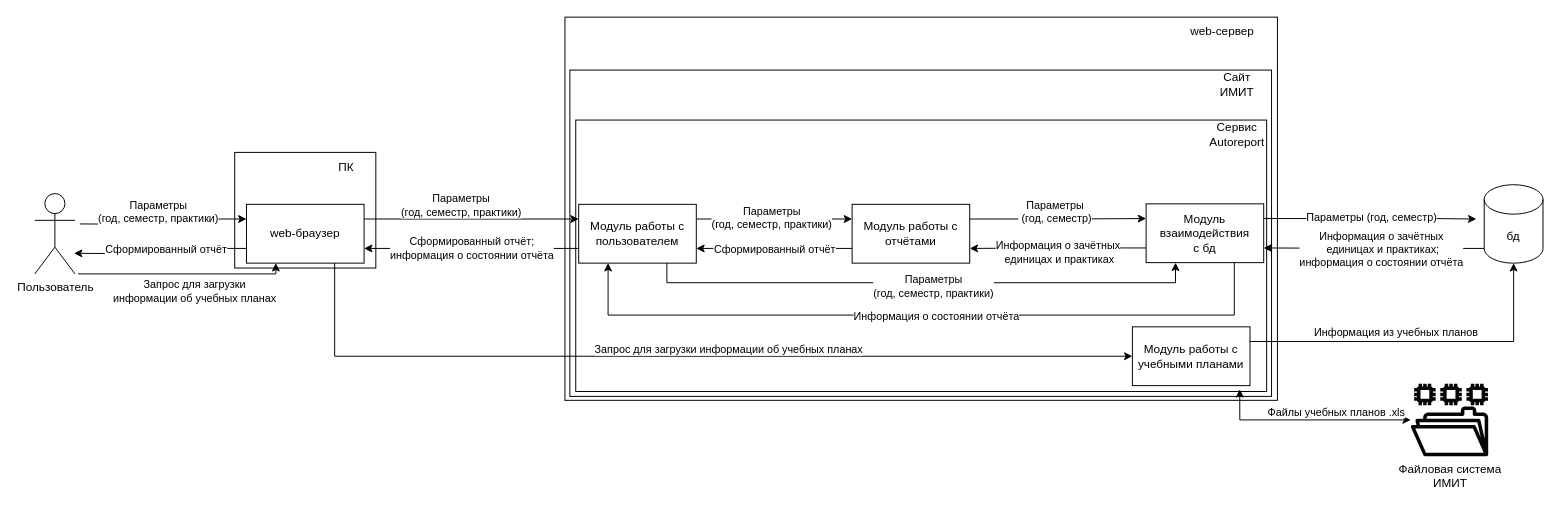
Before: sources/Высокоуровневая архитектура v3.drawio in Autoreport-Dev-Team/autoreport, a draw.io diagram. Source tidied: cells renumbered, new cells numbered last; positions are measured from the earlier drawing's top-left corner, leaving out a move shared by most shapes. Both pictures are drawn from the tidied source at 98%, with x=0, y=0 at pixel (34, 17).
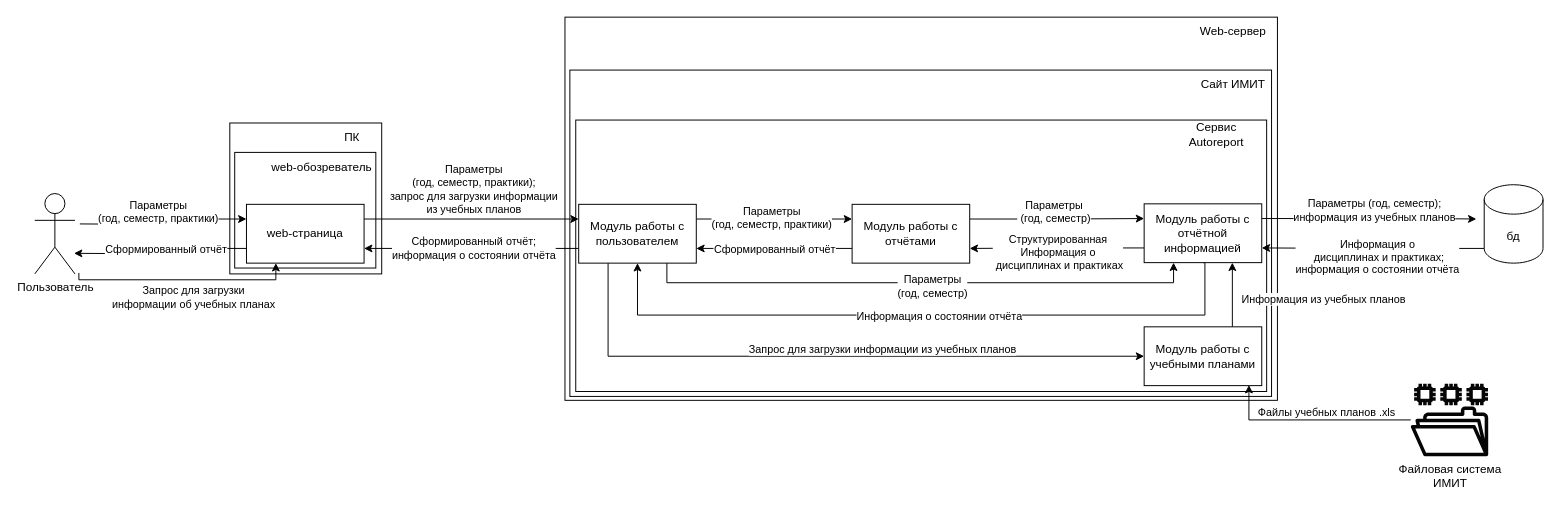
After the change.

The change refers to these unchanged cells:
```xml
<mxCell id="7" style="edgeStyle=orthogonalEdgeStyle;rounded=0;jettySize=auto;html=1;entryX=0;entryY=0.25;entryDx=0;entryDy=0;exitX=1;exitY=0.25;exitDx=0;exitDy=0;" parent="1" edge="1" source="11" target="24">
  <mxGeometry relative="1" as="geometry" />
</mxCell>
<mxCell id="12" value="бд" style="shape=cylinder3;whiteSpace=wrap;html=1;boundedLbl=1;backgroundOutline=1;size=15;" parent="1" vertex="1">
  <mxGeometry x="1479" y="171" width="60" height="80" as="geometry" />
</mxCell>
<mxCell id="18" style="edgeStyle=orthogonalEdgeStyle;rounded=0;jettySize=auto;html=1;exitX=0;exitY=0.75;exitDx=0;exitDy=0;entryX=1;entryY=0.75;entryDx=0;entryDy=0;" parent="1" edge="1" source="24" target="11">
  <mxGeometry relative="1" as="geometry" />
</mxCell>
<mxCell id="22" style="edgeStyle=orthogonalEdgeStyle;rounded=0;jettySize=auto;html=1;exitX=0.75;exitY=1;exitDx=0;exitDy=0;entryX=0.25;entryY=1;entryDx=0;entryDy=0;" parent="1" edge="1" source="24" target="33">
  <mxGeometry relative="1" as="geometry" />
</mxCell>
<mxCell id="24" value="Модуль работы с пользователем" style="rounded=0;whiteSpace=wrap;html=1;" parent="1" vertex="1">
  <mxGeometry x="555" y="191" width="120" height="60" as="geometry" />
</mxCell>
<mxCell id="25" style="edgeStyle=orthogonalEdgeStyle;rounded=0;jettySize=auto;html=1;exitX=0;exitY=1;exitDx=0;exitDy=-15;entryX=1;entryY=0.75;entryDx=0;entryDy=0;exitPerimeter=0;" parent="1" edge="1" source="12" target="33">
  <mxGeometry relative="1" as="geometry" />
</mxCell>
<mxCell id="27" style="edgeStyle=orthogonalEdgeStyle;rounded=0;jettySize=auto;html=1;exitX=1;exitY=0.25;exitDx=0;exitDy=0;" parent="1" edge="1" source="33">
  <mxGeometry relative="1" as="geometry">
    <mxPoint x="1471" y="206" as="targetPoint" />
    <Array as="points">
      <mxPoint x="1425" y="206" />
    </Array>
  </mxGeometry>
</mxCell>
<mxCell id="29" style="edgeStyle=orthogonalEdgeStyle;rounded=0;jettySize=auto;html=1;exitX=0;exitY=0.75;exitDx=0;exitDy=0;entryX=1;entryY=0.75;entryDx=0;entryDy=0;" parent="1" edge="1" source="33" target="49">
  <mxGeometry relative="1" as="geometry" />
</mxCell>
<mxCell id="39" value="Файловая система&lt;br&gt;ИМИТ" style="sketch=0;outlineConnect=0;fontColor=default;gradientColor=none;fillColor=#050505;strokeColor=none;dashed=0;verticalLabelPosition=bottom;verticalAlign=top;align=center;html=1;fontSize=12;fontStyle=0;shape=mxgraph.aws4.file_system;strokeWidth=1;" parent="1" vertex="1">
  <mxGeometry x="1404" y="374" width="79.1" height="74" as="geometry" />
</mxCell>
```

Change to the diagram source:
```diff
@@
+    <mxCell id="50" style="rounded=0;whiteSpace=wrap;html=1;" parent="1" vertex="1">
+      <mxGeometry x="199" y="108" width="155" height="154" as="geometry" />
+    </mxCell>
@@
     <mxCell id="6" value="Сайт ИМИТ" style="text;html=1;strokeColor=none;fillColor=none;align=center;verticalAlign=middle;whiteSpace=wrap;rounded=0;" parent="1" vertex="1">
-      <mxGeometry x="1197" y="54" width="60" height="30" as="geometry" />
+      <mxGeometry x="1184" y="54" width="78" height="30" as="geometry" />
     </mxCell>
@@
-    <mxCell id="8" value="&lt;div&gt;Параметры &lt;br&gt;&lt;/div&gt;&lt;div&gt;(год, семестр, практики)&lt;/div&gt;" style="edgeLabel;html=1;align=center;verticalAlign=middle;" parent="7" vertex="1">
+    <mxCell id="8" value="&lt;div&gt;Параметры &lt;br&gt;&lt;/div&gt;&lt;div&gt;(год, семестр, практики);&lt;/div&gt;&lt;div&gt;запрос для загрузки информации&lt;/div&gt;&lt;div&gt;из учебных планов&lt;br&gt;&lt;/div&gt;" style="edgeLabel;html=1;align=center;verticalAlign=middle;" parent="7" vertex="1">
       <mxGeometry x="0.2" y="4" relative="1" as="geometry">
-        <mxPoint x="-33" y="-11" as="offset" />
+        <mxPoint x="-20" y="-27" as="offset" />
       </mxGeometry>
     </mxCell>
-    <mxCell id="9" style="edgeStyle=orthogonalEdgeStyle;rounded=0;jettySize=auto;html=1;exitX=0.75;exitY=1;exitDx=0;exitDy=0;entryX=0;entryY=0.5;entryDx=0;entryDy=0;" parent="1" edge="1" source="11" target="36">
+    <mxCell id="9" style="edgeStyle=orthogonalEdgeStyle;rounded=0;jettySize=auto;html=1;exitX=0.25;exitY=1;exitDx=0;exitDy=0;entryX=0;entryY=0.5;entryDx=0;entryDy=0;" parent="1" edge="1" source="24" target="36">
       <mxGeometry relative="1" as="geometry" />
     </mxCell>
-    <mxCell id="10" value="Запрос для загрузки информации об учебных планах" style="edgeLabel;html=1;align=center;verticalAlign=middle;" parent="9" vertex="1">
+    <mxCell id="10" value="Запрос для загрузки информации из учебных планов" style="edgeLabel;html=1;align=center;verticalAlign=middle;" parent="9" vertex="1">
       <mxGeometry x="-0.09" y="3" relative="1" as="geometry">
         <mxPoint x="82" y="-5" as="offset" />
       </mxGeometry>
     </mxCell>
-    <mxCell id="11" value="web-браузер" style="rounded=0;whiteSpace=wrap;html=1;" parent="1" vertex="1">
+    <mxCell id="11" value="web-страница" style="rounded=0;whiteSpace=wrap;html=1;" parent="1" vertex="1">
       <mxGeometry x="216" y="191" width="120" height="60" as="geometry" />
     </mxCell>
@@
     <mxCell id="19" value="Сформированный отчёт;&lt;br&gt;информация о состоянии отчёта" style="edgeLabel;html=1;align=center;verticalAlign=middle;" parent="18" vertex="1">
       <mxGeometry x="-0.18" relative="1" as="geometry">
-        <mxPoint x="-20" y="-1" as="offset" />
+        <mxPoint x="-18" y="-1" as="offset" />
       </mxGeometry>
     </mxCell>
@@
-    <mxCell id="23" value="Параметры&lt;br&gt;(год, семестр, практики)" style="edgeLabel;html=1;align=center;verticalAlign=middle;" parent="22" vertex="1">
+    <mxCell id="23" value="Параметры&lt;br&gt;(год, семестр)" style="edgeLabel;html=1;align=center;verticalAlign=middle;" parent="22" vertex="1">
       <mxGeometry x="-0.08" y="2" relative="1" as="geometry">
         <mxPoint x="34" y="5" as="offset" />
       </mxGeometry>
     </mxCell>
@@
-    <mxCell id="26" value="&lt;div&gt;Информация о зачётных&lt;/div&gt;&lt;div&gt;&amp;nbsp;единицах и практиках;&lt;br&gt;информация о состоянии отчёта&lt;br&gt;&lt;/div&gt;" style="edgeLabel;html=1;align=center;verticalAlign=middle;" parent="25" vertex="1">
+    <mxCell id="26" value="&lt;div&gt;Информация о&lt;br&gt;&lt;/div&gt;&lt;div&gt;&amp;nbsp;дисциплинах и практиках;&lt;br&gt;информация о состоянии отчёта&lt;br&gt;&lt;/div&gt;" style="edgeLabel;html=1;align=center;verticalAlign=middle;" parent="25" vertex="1">
       <mxGeometry x="-0.27" relative="1" as="geometry">
-        <mxPoint x="-24" as="offset" />
+        <mxPoint x="-27" y="8" as="offset" />
       </mxGeometry>
     </mxCell>
@@
-    <mxCell id="28" value="Параметры (год, семестр)" style="edgeLabel;html=1;align=center;verticalAlign=middle;" parent="27" vertex="1">
+    <mxCell id="28" value="&lt;div&gt;Параметры (год, семестр);&lt;/div&gt;&lt;div&gt;информация из учебных планов&lt;br&gt;&lt;/div&gt;" style="edgeLabel;html=1;align=center;verticalAlign=middle;" parent="27" vertex="1">
       <mxGeometry x="0.11" y="1" relative="1" as="geometry">
-        <mxPoint x="-11" as="offset" />
+        <mxPoint x="-8" y="-8" as="offset" />
       </mxGeometry>
     </mxCell>
@@
-    <mxCell id="30" value="&lt;div&gt;Информация о зачётных&lt;/div&gt;&lt;div&gt;&amp;nbsp;единицах и практиках&lt;/div&gt;" style="edgeLabel;html=1;align=center;verticalAlign=middle;" parent="29" vertex="1">
+    <mxCell id="30" value="&lt;div&gt;Структурированная&lt;/div&gt;&lt;div&gt;Информация о&lt;/div&gt;&lt;div&gt;&amp;nbsp;дисциплинах и практиках&lt;/div&gt;" style="edgeLabel;html=1;align=center;verticalAlign=middle;" parent="29" vertex="1">
       <mxGeometry x="0.28" y="2" relative="1" as="geometry">
         <mxPoint x="25" y="1" as="offset" />
       </mxGeometry>
     </mxCell>
-    <mxCell id="31" style="edgeStyle=orthogonalEdgeStyle;rounded=0;jettySize=auto;html=1;exitX=0.75;exitY=1;exitDx=0;exitDy=0;entryX=0.25;entryY=1;entryDx=0;entryDy=0;" parent="1" edge="1" source="33" target="24">
+    <mxCell id="31" style="edgeStyle=orthogonalEdgeStyle;rounded=0;jettySize=auto;html=1;exitX=0.5;exitY=1;exitDx=0;exitDy=0;entryX=0.5;entryY=1;entryDx=0;entryDy=0;" parent="1" edge="1" source="33" target="24">
       <mxGeometry relative="1" as="geometry">
         <Array as="points">
-          <mxPoint x="1224" y="304" />
-          <mxPoint x="585" y="304" />
+          <mxPoint x="1194" y="304" />
+          <mxPoint x="615" y="304" />
         </Array>
       </mxGeometry>
     </mxCell>
@@
-    <mxCell id="33" value="&lt;div&gt;Модуль взаимодействия&lt;/div&gt;&lt;div&gt;с бд&lt;/div&gt;" style="rounded=0;whiteSpace=wrap;html=1;" parent="1" vertex="1">
-      <mxGeometry x="1134" y="190.5" width="120" height="60" as="geometry" />
+    <mxCell id="33" value="Модуль работы с отчётной информацией" style="rounded=0;whiteSpace=wrap;html=1;" parent="1" vertex="1">
+      <mxGeometry x="1132" y="190.5" width="120" height="60" as="geometry" />
     </mxCell>
-    <mxCell id="34" style="edgeStyle=orthogonalEdgeStyle;rounded=0;jettySize=auto;html=1;exitX=1;exitY=0.25;exitDx=0;exitDy=0;entryX=0.5;entryY=1;entryDx=0;entryDy=0;entryPerimeter=0;" parent="1" edge="1" source="36" target="12">
+    <mxCell id="34" style="edgeStyle=orthogonalEdgeStyle;rounded=0;jettySize=auto;html=1;exitX=0.75;exitY=0;exitDx=0;exitDy=0;entryX=0.75;entryY=1;entryDx=0;entryDy=0;" parent="1" edge="1" source="36" target="33">
       <mxGeometry relative="1" as="geometry" />
     </mxCell>
     <mxCell id="35" value="Информация из учебных планов" style="edgeLabel;html=1;align=center;verticalAlign=middle;" parent="34" vertex="1">
       <mxGeometry x="0.13" y="1" relative="1" as="geometry">
-        <mxPoint x="-49" y="-9" as="offset" />
+        <mxPoint x="93" y="8" as="offset" />
       </mxGeometry>
     </mxCell>
     <mxCell id="36" value="Модуль работы с учебными планами" style="rounded=0;whiteSpace=wrap;html=1;" parent="1" vertex="1">
-      <mxGeometry x="1120" y="316" width="120" height="60" as="geometry" />
+      <mxGeometry x="1132" y="316" width="120" height="60" as="geometry" />
     </mxCell>
-    <mxCell id="37" style="edgeStyle=orthogonalEdgeStyle;rounded=0;jettySize=auto;html=1;entryX=0.913;entryY=1.061;entryDx=0;entryDy=0;startArrow=classic;startFill=1;entryPerimeter=0;" parent="1" edge="1" source="39" target="36">
+    <mxCell id="37" style="edgeStyle=orthogonalEdgeStyle;rounded=0;jettySize=auto;html=1;startArrow=none;startFill=0;entryX=0.891;entryY=0.99;entryDx=0;entryDy=0;entryPerimeter=0;" parent="1" edge="1" source="39" target="36">
       <mxGeometry relative="1" as="geometry">
         <Array as="points">
-          <mxPoint x="1230" y="411" />
+          <mxPoint x="1239" y="411" />
         </Array>
       </mxGeometry>
     </mxCell>
     <mxCell id="38" value="Файлы учебных планов .xls" style="edgeLabel;html=1;align=center;verticalAlign=middle;" parent="37" vertex="1">
       <mxGeometry x="0.09" y="4" relative="1" as="geometry">
-        <mxPoint x="35" y="-13" as="offset" />
+        <mxPoint x="22" y="-13" as="offset" />
       </mxGeometry>
     </mxCell>
@@
     <mxCell id="42" style="edgeStyle=orthogonalEdgeStyle;rounded=0;jettySize=auto;html=1;entryX=0.25;entryY=1;entryDx=0;entryDy=0;" parent="1" edge="1" target="11">
       <mxGeometry relative="1" as="geometry">
         <mxPoint x="45" y="261" as="sourcePoint" />
         <Array as="points">
-          <mxPoint x="246" y="262" />
+          <mxPoint x="45" y="268" />
+          <mxPoint x="246" y="268" />
         </Array>
       </mxGeometry>
     </mxCell>
@@
-    <mxCell id="44" value="ПК" style="text;html=1;strokeColor=none;fillColor=none;align=center;verticalAlign=middle;whiteSpace=wrap;rounded=0;" parent="1" vertex="1">
-      <mxGeometry x="288" y="138" width="60" height="30" as="geometry" />
+    <mxCell id="44" value="web-обозреватель" style="text;html=1;strokeColor=none;fillColor=none;align=center;verticalAlign=middle;whiteSpace=wrap;rounded=0;" parent="1" vertex="1">
+      <mxGeometry x="238" y="138" width="110" height="30" as="geometry" />
     </mxCell>
     <mxCell id="45" value="Сервис Autoreport" style="text;html=1;strokeColor=none;fillColor=none;align=center;verticalAlign=middle;whiteSpace=wrap;rounded=0;" parent="1" vertex="1">
-      <mxGeometry x="1197" y="105" width="60" height="30" as="geometry" />
+      <mxGeometry x="1155" y="105" width="102" height="30" as="geometry" />
     </mxCell>
-    <mxCell id="46" value="web-сервер" style="text;html=1;strokeColor=none;fillColor=none;align=center;verticalAlign=middle;whiteSpace=wrap;rounded=0;" parent="1" vertex="1">
-      <mxGeometry x="1167" width="90" height="30" as="geometry" />
+    <mxCell id="46" value="Web-сервер" style="text;html=1;strokeColor=none;fillColor=none;align=center;verticalAlign=middle;whiteSpace=wrap;rounded=0;" parent="1" vertex="1">
+      <mxGeometry x="1178" width="90" height="30" as="geometry" />
     </mxCell>
@@
+    <mxCell id="51" value="ПК" style="text;html=1;strokeColor=none;fillColor=none;align=center;verticalAlign=middle;whiteSpace=wrap;rounded=0;" parent="1" vertex="1">
+      <mxGeometry x="294" y="108" width="60" height="30" as="geometry" />
+    </mxCell>
```
